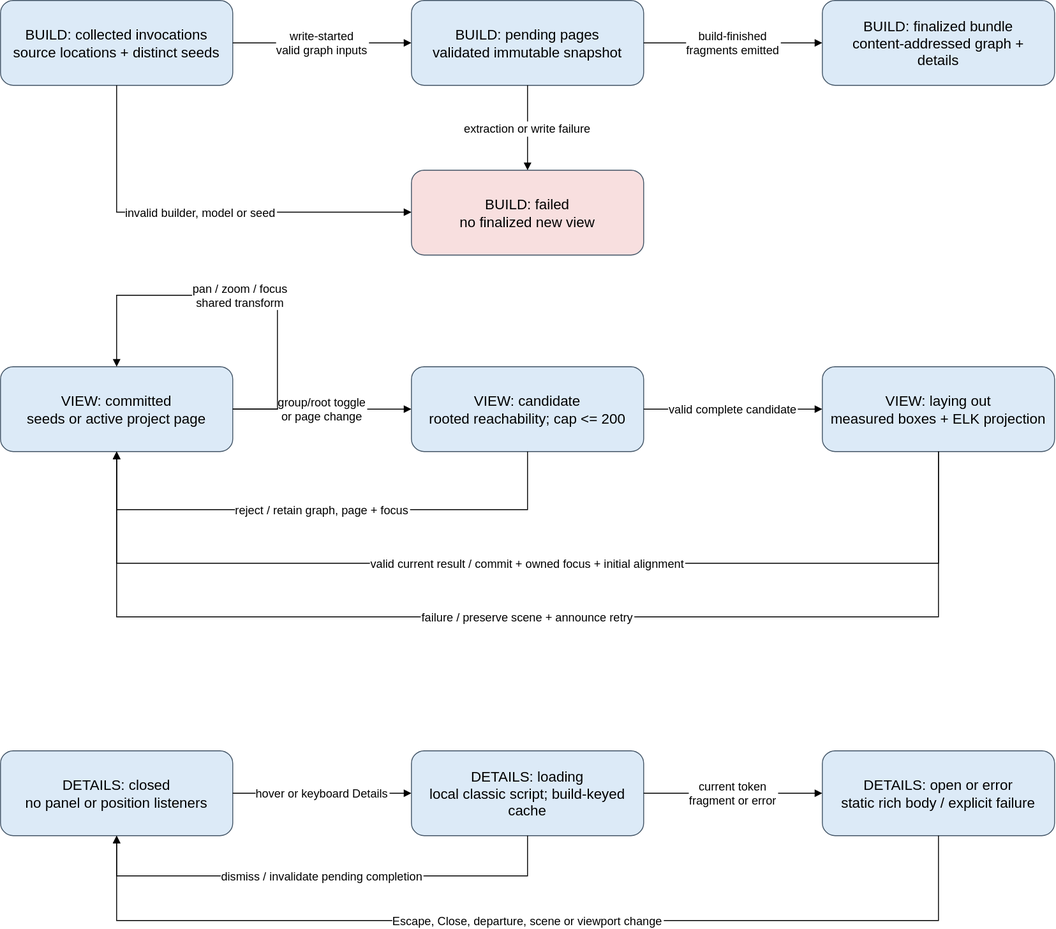
Before: docs/architecture/diagrams/state-machine.svg, a diagram exported from draw.io (sysblacksmith/STV_sphinx-traceability-view). Source tidied: cells renumbered, new cells last; positions are measured from the earlier drawing's top-left corner, leaving out a move shared by most shapes.
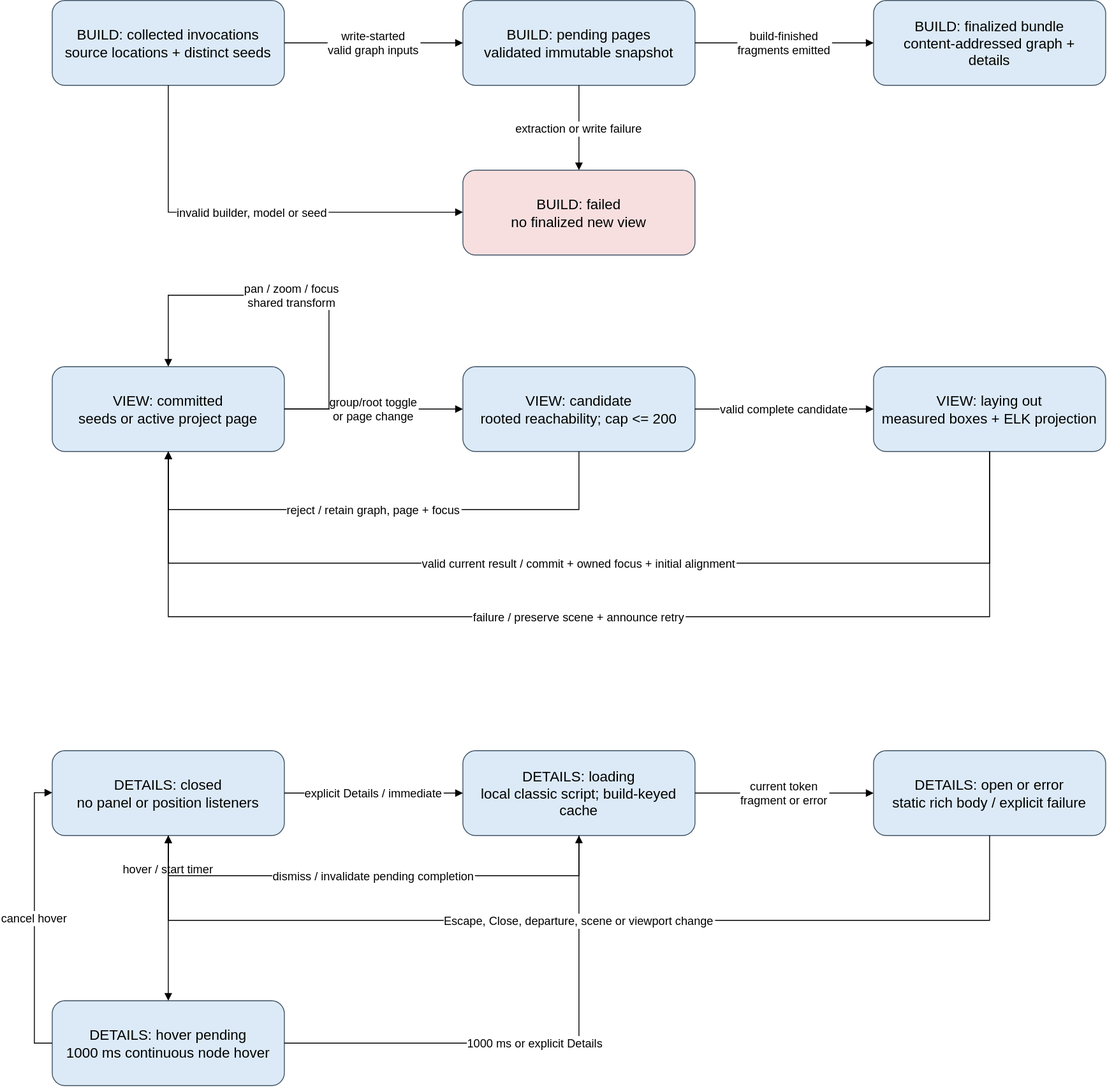
Above is the later version.

Change to the diagram source:
```diff
@@ -87,7 +87,28 @@
     <mxCell id="21" value="DETAILS: open or error&#10;static rich body / explicit failure" style="rounded=1;whiteSpace=wrap;html=0;fillColor=#dceaf7;strokeColor=#425466;fontSize=16;spacing=10;" parent="1" vertex="1">
       <mxGeometry x="920" y="840" width="260" height="95" as="geometry" />
     </mxCell>
+    <mxCell id="26" value="DETAILS: hover pending&#10;1000 ms continuous node hover" style="rounded=1;whiteSpace=wrap;html=0;fillColor=#dceaf7;strokeColor=#425466;fontSize=16;spacing=10;" parent="1" vertex="1">
+      <mxGeometry y="1120" width="260" height="95" as="geometry" />
+    </mxCell>
+    <mxCell id="27" value="hover / start timer" style="edgeStyle=orthogonalEdgeStyle;rounded=0;html=0;endArrow=block;fontSize=13;labelBackgroundColor=#ffffff;" parent="1" edge="1" source="19" target="26">
+      <mxGeometry x="-0.6" relative="1" as="geometry" />
+    </mxCell>
+    <mxCell id="28" value="cancel hover" style="edgeStyle=orthogonalEdgeStyle;rounded=0;html=0;endArrow=block;fontSize=13;labelBackgroundColor=#ffffff;" parent="1" edge="1" source="26" target="19">
+      <mxGeometry relative="1" as="geometry">
+        <Array as="points">
+          <mxPoint x="-20" y="1167" />
+          <mxPoint x="-20" y="887" />
+        </Array>
+      </mxGeometry>
+    </mxCell>
+    <mxCell id="29" value="1000 ms or explicit Details" style="edgeStyle=orthogonalEdgeStyle;rounded=0;html=0;endArrow=block;fontSize=13;labelBackgroundColor=#ffffff;" parent="1" edge="1" source="26" target="20">
+      <mxGeometry relative="1" as="geometry">
+        <Array as="points">
+          <mxPoint x="590" y="1167" />
+        </Array>
+      </mxGeometry>
+    </mxCell>
-    <mxCell id="22" value="hover or keyboard Details" style="edgeStyle=orthogonalEdgeStyle;rounded=0;html=0;endArrow=block;fontSize=13;labelBackgroundColor=#ffffff;" parent="1" edge="1" source="19" target="20">
+    <mxCell id="22" value="explicit Details / immediate" style="edgeStyle=orthogonalEdgeStyle;rounded=0;html=0;endArrow=block;fontSize=13;labelBackgroundColor=#ffffff;" parent="1" edge="1" source="19" target="20">
       <mxGeometry relative="1" as="geometry" />
     </mxCell>
     <mxCell id="23" value="current token&#10;fragment or error" style="edgeStyle=orthogonalEdgeStyle;rounded=0;html=0;endArrow=block;fontSize=13;labelBackgroundColor=#ffffff;" parent="1" edge="1" source="20" target="21">
```
